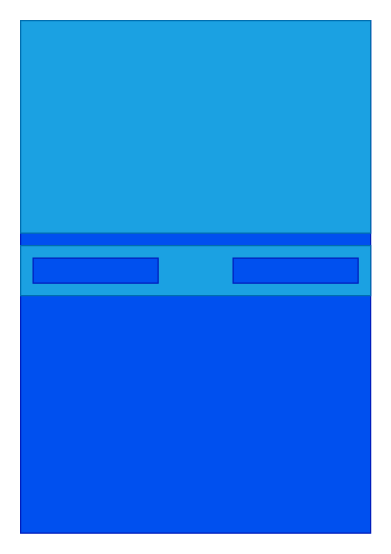
Earlier version of the draw.io diagram blueprint.drawio (AlazarBekele/Shopping). Source tidied: cells renumbered, new cells numbered last; positions are measured from the earlier drawing's top-left corner, leaving out a move shared by most shapes. Both pictures are drawn from the tidied source at 125%, with x=0, y=0 at pixel (20, 20).
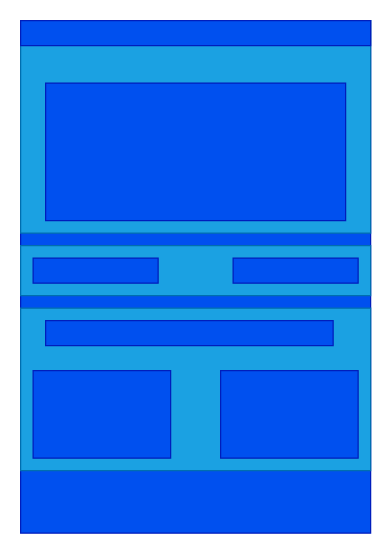
Above is the later version.

The edit, as a diff of the source:
```diff
@@
 <mxGraphModel>
   <root>
     <mxCell id="0" />
     <mxCell id="1" parent="0" />
     <mxCell id="2" style="whiteSpace=wrap;html=1;fillColor=#0050ef;fontColor=#ffffff;strokeColor=#001DBC;" parent="1" vertex="1">
       <mxGeometry width="280" height="410" as="geometry" />
     </mxCell>
     <mxCell id="3" style="whiteSpace=wrap;html=1;fillColor=#1ba1e2;fontColor=#ffffff;strokeColor=#006EAF;" parent="1" vertex="1">
       <mxGeometry width="280" height="170" as="geometry" />
     </mxCell>
     <mxCell id="4" style="whiteSpace=wrap;html=1;fillColor=#1ba1e2;fontColor=#ffffff;strokeColor=#006EAF;" parent="1" vertex="1">
       <mxGeometry y="180" width="280" height="40" as="geometry" />
     </mxCell>
     <mxCell id="5" style="whiteSpace=wrap;html=1;fillColor=#0050ef;fontColor=#ffffff;strokeColor=#001DBC;" parent="1" vertex="1">
       <mxGeometry x="10" y="190" width="100" height="20" as="geometry" />
     </mxCell>
     <mxCell id="6" style="whiteSpace=wrap;html=1;fillColor=#0050ef;fontColor=#ffffff;strokeColor=#001DBC;" parent="1" vertex="1">
       <mxGeometry x="170" y="190" width="100" height="20" as="geometry" />
     </mxCell>
+    <mxCell id="7" style="whiteSpace=wrap;html=1;fillColor=#1ba1e2;fontColor=#ffffff;strokeColor=#006EAF;" parent="1" vertex="1">
+      <mxGeometry y="230" width="280" height="130" as="geometry" />
+    </mxCell>
+    <mxCell id="8" style="whiteSpace=wrap;html=1;fillColor=#0050ef;fontColor=#ffffff;strokeColor=#001DBC;" parent="1" vertex="1">
+      <mxGeometry x="20" y="240" width="230" height="20" as="geometry" />
+    </mxCell>
+    <mxCell id="9" style="whiteSpace=wrap;html=1;fillColor=#0050ef;fontColor=#ffffff;strokeColor=#001DBC;" parent="1" vertex="1">
+      <mxGeometry x="10" y="280" width="110" height="70" as="geometry" />
+    </mxCell>
+    <mxCell id="10" style="whiteSpace=wrap;html=1;fillColor=#0050ef;fontColor=#ffffff;strokeColor=#001DBC;" parent="1" vertex="1">
+      <mxGeometry x="160" y="280" width="110" height="70" as="geometry" />
+    </mxCell>
+    <mxCell id="11" style="whiteSpace=wrap;html=1;fillColor=#0050ef;fontColor=#ffffff;strokeColor=#001DBC;" parent="1" vertex="1">
+      <mxGeometry x="20" y="50" width="240" height="110" as="geometry" />
+    </mxCell>
+    <mxCell id="12" style="whiteSpace=wrap;html=1;fillColor=#0050ef;fontColor=#ffffff;strokeColor=#001DBC;" parent="1" vertex="1">
+      <mxGeometry width="280" height="20" as="geometry" />
+    </mxCell>
   </root>
 </mxGraphModel>
```
